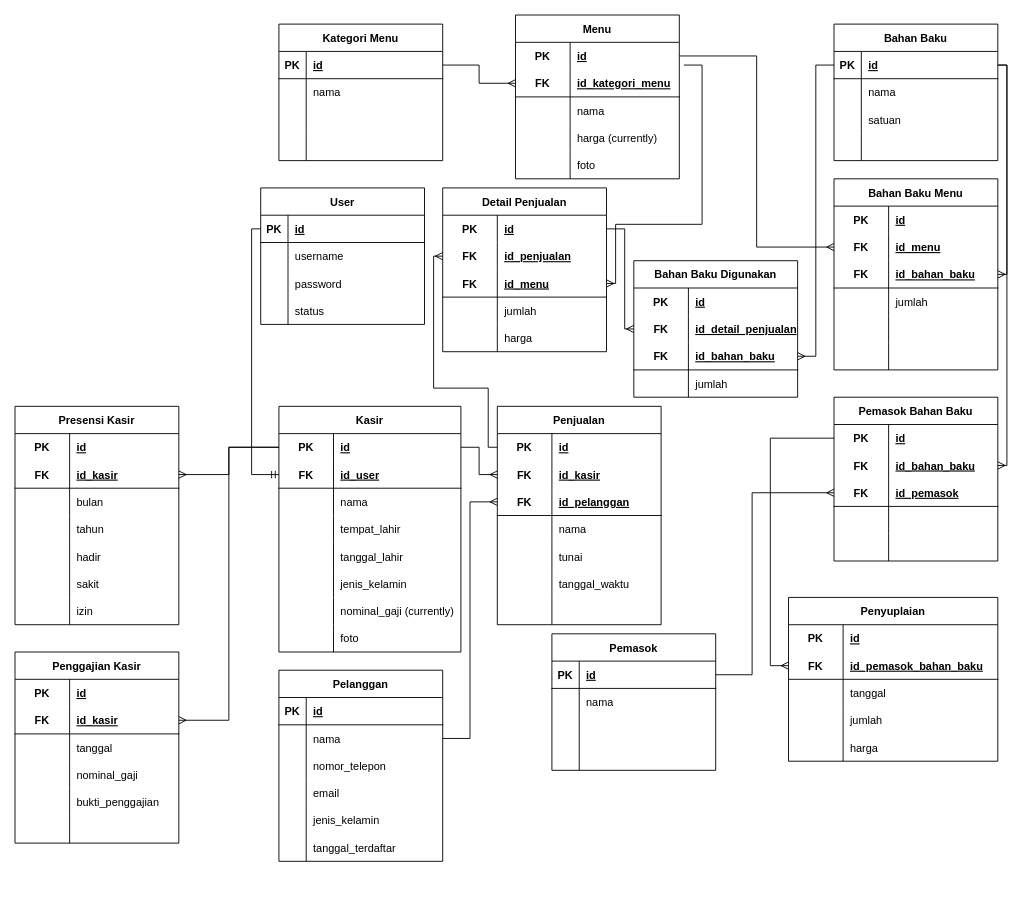
Before: database/Database Schema.drawio in yafizh/Majelis-Kopi-PKL, a draw.io diagram. Source tidied: cells renumbered, new cells numbered last; positions are measured from the earlier drawing's top-left corner, leaving out a move shared by most shapes. Both pictures are drawn from the tidied source at 91%, with x=0, y=0 at pixel (15, 15).
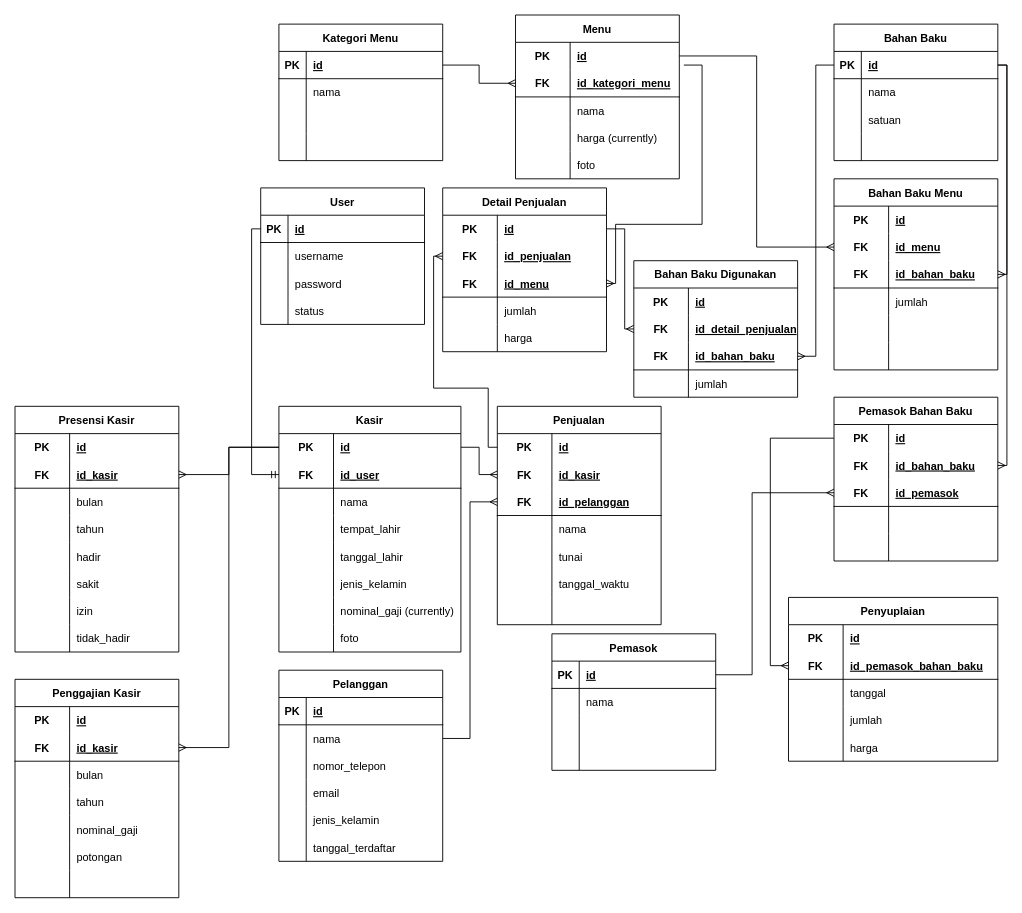
The same page after the edit.

The change refers to these unchanged cells:
```xml
<mxCell id="259" style="shape=tableRow;horizontal=0;startSize=0;swimlaneHead=0;swimlaneBody=0;fillColor=none;top=0;left=0;right=0;bottom=0;" parent="252" vertex="1">
  <mxGeometry y="90" width="180" height="30" as="geometry" />
</mxCell>
```

Change to the diagram source:
```diff
@@
     <mxCell id="229" value="Presensi Kasir" style="shape=table;startSize=30;childLayout=tableLayout;rowLines=0;fontStyle=1;align=center;" parent="1" vertex="1">
-      <mxGeometry y="430" width="180" height="240" as="geometry" />
+      <mxGeometry y="430" width="180" height="270" as="geometry" />
     </mxCell>
@@
+    <mxCell id="272" style="shape=tableRow;horizontal=0;startSize=0;swimlaneHead=0;swimlaneBody=0;fillColor=none;top=0;left=0;right=0;bottom=0;" parent="229" vertex="1">
+      <mxGeometry y="240" width="180" height="30" as="geometry" />
+    </mxCell>
+    <mxCell id="273" style="shape=partialRectangle;fillColor=none;top=0;left=0;bottom=0;right=0;overflow=hidden;" parent="272" vertex="1">
+      <mxGeometry width="60" height="30" as="geometry" />
+    </mxCell>
+    <mxCell id="274" value="tidak_hadir" style="shape=partialRectangle;fillColor=none;top=0;left=0;bottom=0;right=0;align=left;spacingLeft=6;overflow=hidden;" parent="272" vertex="1">
+      <mxGeometry x="60" width="120" height="30" as="geometry" />
+    </mxCell>
@@
     <mxCell id="252" value="Penggajian Kasir" style="shape=table;startSize=30;childLayout=tableLayout;rowLines=0;fontStyle=1;align=center;" parent="1" vertex="1">
-      <mxGeometry y="700" width="180" height="210" as="geometry" />
+      <mxGeometry y="730" width="180" height="240" as="geometry" />
     </mxCell>
@@
-    <mxCell id="261" value="tanggal" style="shape=partialRectangle;fillColor=none;top=0;left=0;bottom=0;right=0;align=left;spacingLeft=6;overflow=hidden;" parent="259" vertex="1">
+    <mxCell id="261" value="bulan" style="shape=partialRectangle;fillColor=none;top=0;left=0;bottom=0;right=0;align=left;spacingLeft=6;overflow=hidden;" parent="259" vertex="1">
       <mxGeometry x="60" width="120" height="30" as="geometry" />
     </mxCell>
+    <mxCell id="275" style="shape=tableRow;horizontal=0;startSize=0;swimlaneHead=0;swimlaneBody=0;fillColor=none;top=0;left=0;right=0;bottom=0;" parent="252" vertex="1">
+      <mxGeometry y="120" width="180" height="30" as="geometry" />
+    </mxCell>
+    <mxCell id="276" style="shape=partialRectangle;fillColor=none;top=0;left=0;bottom=0;right=0;overflow=hidden;" parent="275" vertex="1">
+      <mxGeometry width="60" height="30" as="geometry" />
+    </mxCell>
+    <mxCell id="277" value="tahun" style="shape=partialRectangle;fillColor=none;top=0;left=0;bottom=0;right=0;align=left;spacingLeft=6;overflow=hidden;" parent="275" vertex="1">
+      <mxGeometry x="60" width="120" height="30" as="geometry" />
+    </mxCell>
     <mxCell id="262" style="shape=tableRow;horizontal=0;startSize=0;swimlaneHead=0;swimlaneBody=0;fillColor=none;top=0;left=0;right=0;bottom=0;" parent="252" vertex="1">
-      <mxGeometry y="120" width="180" height="30" as="geometry" />
+      <mxGeometry y="150" width="180" height="30" as="geometry" />
     </mxCell>
@@
     <mxCell id="265" style="shape=tableRow;horizontal=0;startSize=0;swimlaneHead=0;swimlaneBody=0;fillColor=none;top=0;left=0;right=0;bottom=0;" parent="252" vertex="1">
-      <mxGeometry y="150" width="180" height="30" as="geometry" />
+      <mxGeometry y="180" width="180" height="30" as="geometry" />
     </mxCell>
@@
-    <mxCell id="267" value="bukti_penggajian" style="shape=partialRectangle;fillColor=none;top=0;left=0;bottom=0;right=0;align=left;spacingLeft=6;overflow=hidden;" parent="265" vertex="1">
+    <mxCell id="267" value="potongan" style="shape=partialRectangle;fillColor=none;top=0;left=0;bottom=0;right=0;align=left;spacingLeft=6;overflow=hidden;" parent="265" vertex="1">
       <mxGeometry x="60" width="120" height="30" as="geometry" />
     </mxCell>
     <mxCell id="268" style="shape=tableRow;horizontal=0;startSize=0;swimlaneHead=0;swimlaneBody=0;fillColor=none;top=0;left=0;right=0;bottom=0;" parent="252" vertex="1">
-      <mxGeometry y="180" width="180" height="30" as="geometry" />
+      <mxGeometry y="210" width="180" height="30" as="geometry" />
     </mxCell>
```
